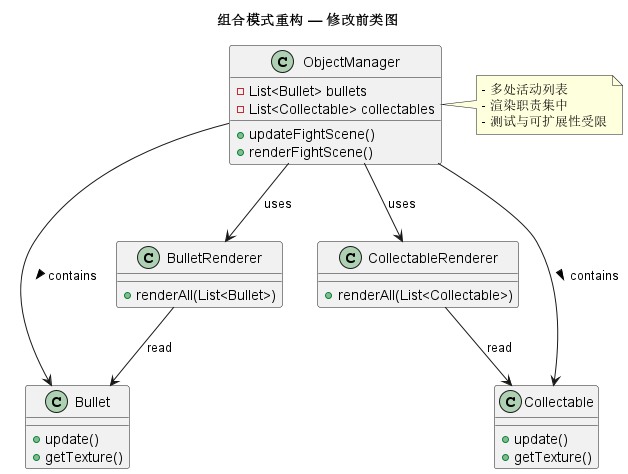
The PlantUML diagram img/composite_pattern/before_composite.png in ReisenCW/java-undertale, before a commit.
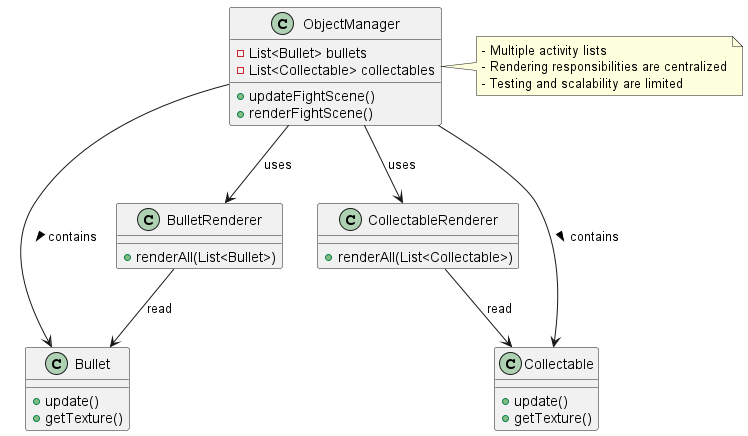
The same diagram one commit later.

Diff of the diagram source:
```diff
@@ -1,5 +1,4 @@
 @startuml
-title 组合模式重构 — 修改前类图
 
 class ObjectManager {
   - List<Bullet> bullets
@@ -35,9 +34,9 @@
 CollectableRenderer --> Collectable : read
 
 note right of ObjectManager
-  - 多处活动列表
-  - 渲染职责集中
-  - 测试与可扩展性受限
+  - Multiple activity lists
+  - Rendering responsibilities are centralized
+  - Testing and scalability are limited
 end note
 
 @enduml
```
